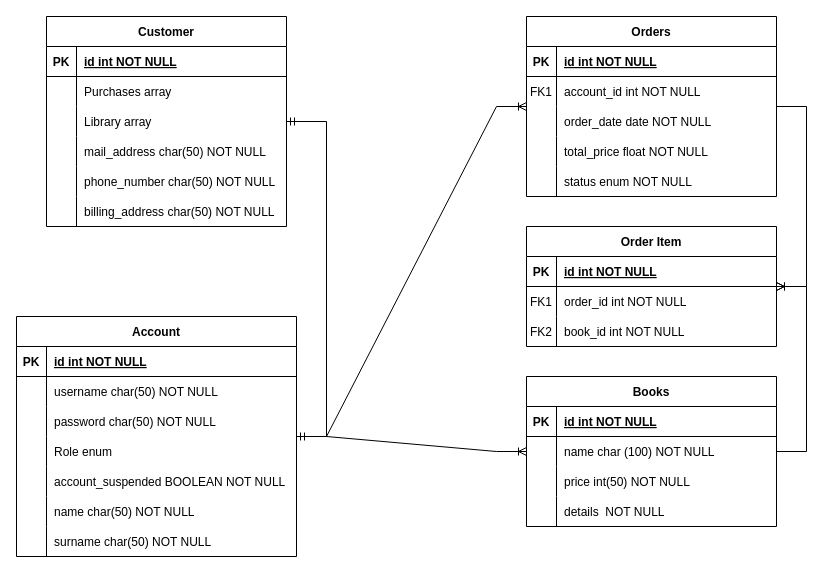
Above: page "ERD" (1 of 2) of documentation/ERD.drawio in TeoScardov/cloud-project-2024 (draw.io), before the change. Source tidied: cells renumbered, new cells numbered last; positions are measured from the earlier drawing's top-left corner, leaving out a move shared by most shapes. Both pictures are drawn from the tidied source at 100%, with x=0, y=0 at pixel (16, 16).
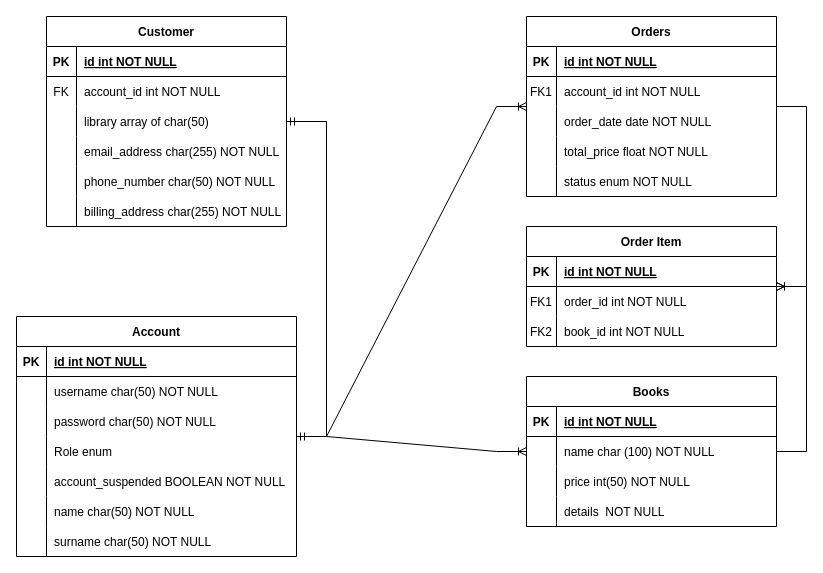
The same diagram, later.

The change refers to these unchanged cells:
```xml
<mxCell id="71" style="shape=partialRectangle;fillColor=none;top=0;left=0;right=0;bottom=0;" parent="67" vertex="1">
  <mxGeometry y="60" width="240" height="30" as="geometry" />
</mxCell>
<mxCell id="74" style="shape=partialRectangle;fillColor=none;top=0;left=0;right=0;bottom=0;" parent="67" vertex="1">
  <mxGeometry y="90" width="240" height="30" as="geometry" />
</mxCell>
<mxCell id="77" style="shape=partialRectangle;fillColor=none;top=0;left=0;right=0;bottom=0;" parent="67" vertex="1">
  <mxGeometry y="120" width="240" height="30" as="geometry" />
</mxCell>
<mxCell id="83" style="shape=partialRectangle;fillColor=none;top=0;left=0;right=0;bottom=0;" parent="67" vertex="1">
  <mxGeometry y="180" width="240" height="30" as="geometry" />
</mxCell>
```

What changed in the source:
```diff
@@
-    <mxCell id="72" style="shape=partialRectangle;overflow=hidden;fillColor=none;top=0;left=0;bottom=0;right=0;" parent="71" vertex="1">
-      <mxGeometry width="30" height="30" as="geometry" />
-    </mxCell>
-    <mxCell id="73" value="Purchases array " style="shape=partialRectangle;overflow=hidden;fillColor=none;top=0;left=0;bottom=0;right=0;align=left;spacingLeft=6;" parent="71" vertex="1">
-      <mxGeometry x="30" width="210" height="30" as="geometry" />
-    </mxCell>
+    <mxCell id="87" value="FK" style="shape=partialRectangle;overflow=hidden;fillColor=none;top=0;left=0;bottom=0;right=0;" parent="71" vertex="1">
+      <mxGeometry width="30" height="30" as="geometry" />
+    </mxCell>
+    <mxCell id="88" value="account_id int NOT NULL" style="shape=partialRectangle;overflow=hidden;fillColor=none;top=0;left=0;bottom=0;right=0;align=left;spacingLeft=6;" parent="71" vertex="1">
+      <mxGeometry x="30" width="210" height="30" as="geometry" />
+    </mxCell>
@@
-    <mxCell id="76" value="Library array" style="shape=partialRectangle;overflow=hidden;fillColor=none;top=0;left=0;bottom=0;right=0;align=left;spacingLeft=6;" parent="74" vertex="1">
+    <mxCell id="76" value="library array of char(50)" style="shape=partialRectangle;overflow=hidden;fillColor=none;top=0;left=0;bottom=0;right=0;align=left;spacingLeft=6;" parent="74" vertex="1">
       <mxGeometry x="30" width="210" height="30" as="geometry" />
     </mxCell>
@@
-    <mxCell id="79" value="mail_address char(50) NOT NULL" style="shape=partialRectangle;overflow=hidden;fillColor=none;top=0;left=0;bottom=0;right=0;align=left;spacingLeft=6;" parent="77" vertex="1">
+    <mxCell id="79" value="email_address char(255) NOT NULL" style="shape=partialRectangle;overflow=hidden;fillColor=none;top=0;left=0;bottom=0;right=0;align=left;spacingLeft=6;" parent="77" vertex="1">
       <mxGeometry x="30" width="210" height="30" as="geometry" />
     </mxCell>
@@
-    <mxCell id="85" value="billing_address char(50) NOT NULL" style="shape=partialRectangle;overflow=hidden;fillColor=none;top=0;left=0;bottom=0;right=0;align=left;spacingLeft=6;" parent="83" vertex="1">
+    <mxCell id="85" value="billing_address char(255) NOT NULL" style="shape=partialRectangle;overflow=hidden;fillColor=none;top=0;left=0;bottom=0;right=0;align=left;spacingLeft=6;" parent="83" vertex="1">
       <mxGeometry x="30" width="210" height="30" as="geometry" />
     </mxCell>
```
